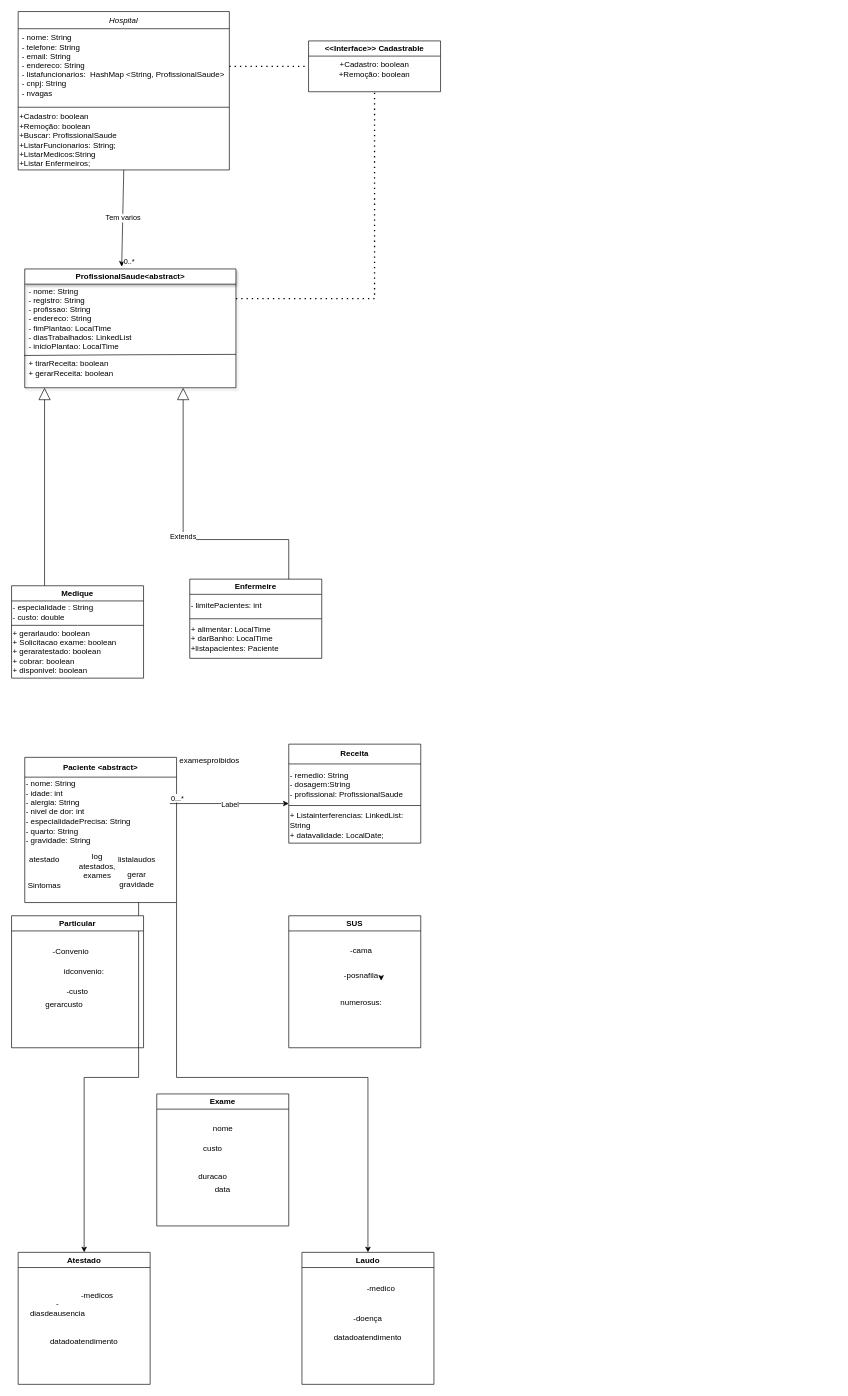
Patricio-Andre/Trabalho-Final-MC322 keeps this draw.io diagram as Diagrama sem nome.drawio. Above is the earlier version. Source tidied: cells renumbered, new cells numbered last; positions are measured from the earlier drawing's top-left corner, leaving out a move shared by most shapes. Both pictures are drawn from the tidied source at 66%, with x=0, y=0 at pixel (11, 11).
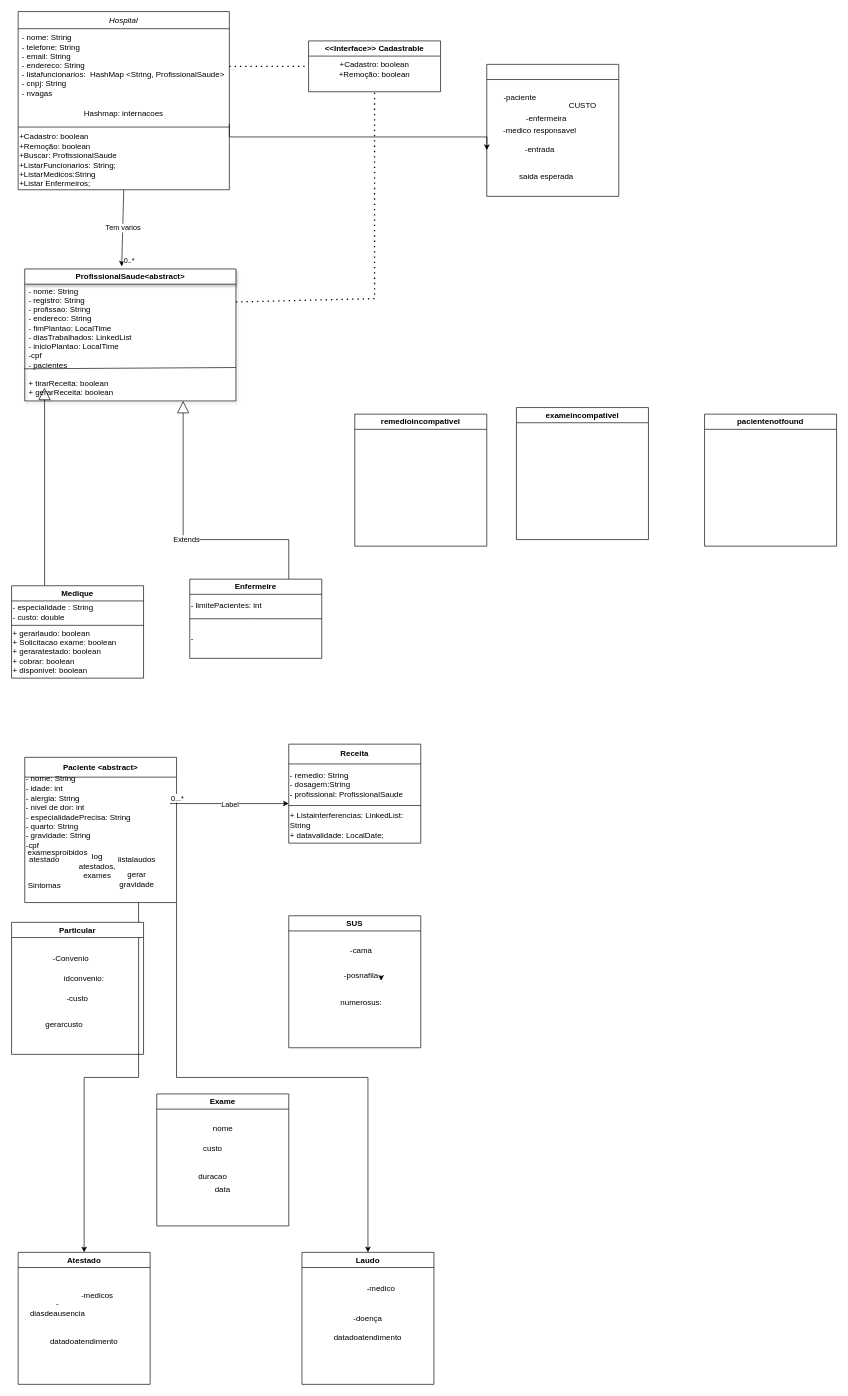
After the change.

Unchanged cells that the change refers to:
```xml
<mxCell id="22" value="Enfermeire" style="swimlane;whiteSpace=wrap;html=1;" parent="1" vertex="1">
  <mxGeometry x="270" y="860" width="200" height="120" as="geometry" />
</mxCell>
<mxCell id="29" value="Paciente &amp;lt;abstract&amp;gt;" style="swimlane;whiteSpace=wrap;html=1;startSize=30;" parent="1" vertex="1">
  <mxGeometry x="20" y="1130" width="230" height="220" as="geometry" />
</mxCell>
```

Diff of the diagram source:
```diff
@@
     <mxCell id="2" value="Hospital" style="swimlane;fontStyle=2;align=center;verticalAlign=top;horizontal=1;startSize=26;rounded=0;shadow=0;strokeWidth=1;" parent="1" vertex="1">
-      <mxGeometry x="10" width="320" height="240" as="geometry" />
+      <mxGeometry x="10" width="320" height="270" as="geometry" />
     </mxCell>
@@
+    <mxCell id="67" style="edgeStyle=orthogonalEdgeStyle;rounded=0;jettySize=auto;html=1;exitX=1;exitY=1;exitDx=0;exitDy=0;" parent="2" edge="1" source="68">
+      <mxGeometry relative="1" as="geometry">
+        <mxPoint x="710" y="210" as="targetPoint" />
+      </mxGeometry>
+    </mxCell>
+    <mxCell id="68" value="Hashmap: internacoes" style="text;html=1;strokeColor=none;fillColor=none;align=center;verticalAlign=middle;whiteSpace=wrap;rounded=0;" parent="2" vertex="1">
+      <mxGeometry y="140" width="320" height="30" as="geometry" />
+    </mxCell>
     <mxCell id="4" style="line;html=1;strokeWidth=1;align=left;verticalAlign=middle;spacingTop=-1;spacingLeft=3;spacingRight=3;labelPosition=right;" parent="2" vertex="1">
-      <mxGeometry y="140" width="320" height="10" as="geometry" />
+      <mxGeometry y="170" width="320" height="10" as="geometry" />
     </mxCell>
     <mxCell id="5" value="+Cadastro: boolean&lt;br&gt;+Remoção: boolean&lt;br&gt;+Buscar: ProfissionalSaude&lt;br&gt;+ListarFuncionarios: String;&lt;br&gt;+ListarMedicos:String&lt;br&gt;+Listar Enfermeiros;" style="text;html=1;strokeColor=none;fillColor=none;align=left;verticalAlign=middle;whiteSpace=wrap;rounded=0;" parent="2" vertex="1">
-      <mxGeometry y="150" width="320" height="90" as="geometry" />
+      <mxGeometry y="180" width="320" height="90" as="geometry" />
     </mxCell>
@@
     <mxCell id="9" value="ProfissionalSaude&amp;lt;abstract&amp;gt;" style="swimlane;whiteSpace=wrap;html=1;shadow=1;" parent="1" vertex="1">
-      <mxGeometry x="20" y="390" width="320" height="180" as="geometry" />
+      <mxGeometry x="20" y="390" width="320" height="200" as="geometry" />
     </mxCell>
-    <mxCell id="10" value="- nome: String&#10;- registro: String&#10;- profissao: String&#10;- endereco: String&#10;- fimPlantao: LocalTime&#10;- diasTrabalhados: LinkedList&#10;- inicioPlantao: LocalTime" style="text;align=left;verticalAlign=top;spacingLeft=4;spacingRight=4;overflow=hidden;points=[[0,0.5],[1,0.5]];portConstraint=eastwest;" parent="9" vertex="1">
-      <mxGeometry y="20" width="320" height="110" as="geometry" />
+    <mxCell id="10" value="- nome: String&#10;- registro: String&#10;- profissao: String&#10;- endereco: String&#10;- fimPlantao: LocalTime&#10;- diasTrabalhados: LinkedList&#10;- inicioPlantao: LocalTime&#10;-cpf&#10;- pacientes&#10;&#10;&#10;" style="text;align=left;verticalAlign=top;spacingLeft=4;spacingRight=4;overflow=hidden;points=[[0,0.5],[1,0.5]];portConstraint=eastwest;" parent="9" vertex="1">
+      <mxGeometry y="20" width="320" height="130" as="geometry" />
     </mxCell>
     <mxCell id="11" style="edgeStyle=none;orthogonalLoop=1;jettySize=auto;html=1;rounded=0;exitX=-0.002;exitY=1.01;exitDx=0;exitDy=0;endArrow=none;endFill=0;exitPerimeter=0;entryX=1;entryY=0.995;entryDx=0;entryDy=0;entryPerimeter=0;" parent="9" edge="1" source="10" target="10">
-      <mxGeometry relative="1" as="geometry">
-        <Array as="points">
-          <mxPoint x="160" y="130" />
-        </Array>
-      </mxGeometry>
+      <mxGeometry relative="1" as="geometry" />
     </mxCell>
     <mxCell id="12" value="+ tirarReceita: boolean&#10;+ gerarReceita: boolean" style="text;align=left;verticalAlign=top;spacingLeft=4;spacingRight=4;overflow=hidden;" parent="9" vertex="1">
-      <mxGeometry y="130" width="320" height="40" as="geometry" />
+      <mxGeometry y="160" width="320" height="30" as="geometry" />
     </mxCell>
@@
-    <mxCell id="24" value="+ alimentar: LocalTime&lt;br&gt;+ darBanho: LocalTime&lt;br&gt;+listapacientes: Paciente" style="text;html=1;strokeColor=none;fillColor=none;align=left;verticalAlign=middle;whiteSpace=wrap;rounded=0;" parent="22" vertex="1">
+    <mxCell id="24" value="-" style="text;html=1;strokeColor=none;fillColor=none;align=left;verticalAlign=middle;whiteSpace=wrap;rounded=0;" parent="22" vertex="1">
       <mxGeometry y="60" width="200" height="60" as="geometry" />
     </mxCell>
@@
-    <mxCell id="30" value="- nome: String&lt;br&gt;- idade: int&lt;br&gt;- alergia: String&amp;nbsp;&lt;br&gt;- nivel de dor: int&lt;br&gt;- especialidadePrecisa: String&lt;br&gt;- quarto: String&lt;br&gt;- gravidade: String" style="text;html=1;strokeColor=none;fillColor=none;align=left;verticalAlign=middle;whiteSpace=wrap;rounded=0;" parent="29" vertex="1">
+    <mxCell id="30" value="- nome: String&lt;br&gt;- idade: int&lt;br&gt;- alergia: String&amp;nbsp;&lt;br&gt;- nivel de dor: int&lt;br&gt;- especialidadePrecisa: String&lt;br&gt;- quarto: String&lt;br&gt;&lt;div&gt;- gravidade: String&lt;/div&gt;&lt;div&gt;-cpf&lt;br&gt;&lt;/div&gt;" style="text;html=1;strokeColor=none;fillColor=none;align=left;verticalAlign=middle;whiteSpace=wrap;rounded=0;" parent="29" vertex="1">
       <mxGeometry y="33" width="230" height="100" as="geometry" />
     </mxCell>
@@
+    <mxCell id="66" value="examesproibidos" style="text;html=1;strokeColor=none;fillColor=none;align=center;verticalAlign=middle;whiteSpace=wrap;rounded=0;" parent="29" vertex="1">
+      <mxGeometry x="20" y="130" width="60" height="30" as="geometry" />
+    </mxCell>
     <mxCell id="36" value="Particular" style="swimlane;whiteSpace=wrap;html=1;startSize=23;" parent="1" vertex="1">
-      <mxGeometry y="1370" width="200" height="200" as="geometry" />
+      <mxGeometry y="1380" width="200" height="200" as="geometry" />
     </mxCell>
@@
     <mxCell id="38" value="gerarcusto" style="text;html=1;strokeColor=none;fillColor=none;align=center;verticalAlign=middle;whiteSpace=wrap;rounded=0;" parent="36" vertex="1">
-      <mxGeometry x="50" y="120" width="60" height="30" as="geometry" />
+      <mxGeometry x="50" y="140" width="60" height="30" as="geometry" />
     </mxCell>
@@
-    <mxCell id="66" value="examesproibidos" style="text;html=1;strokeColor=none;fillColor=none;align=center;verticalAlign=middle;whiteSpace=wrap;rounded=0;" parent="1" vertex="1">
-      <mxGeometry x="270" y="1120" width="60" height="30" as="geometry" />
-    </mxCell>
+    <mxCell id="69" style="swimlane;whiteSpace=wrap;html=1;startSize=23;" parent="1" vertex="1">
+      <mxGeometry x="720" y="80" width="200" height="200" as="geometry" />
+    </mxCell>
+    <mxCell id="70" value="&lt;div&gt;CUSTO&lt;/div&gt;" style="text;html=1;align=center;verticalAlign=middle;strokeColor=none;fillColor=none;" parent="69" vertex="1">
+      <mxGeometry x="115" y="47" width="60" height="30" as="geometry" />
+    </mxCell>
+    <mxCell id="71" value="-paciente" style="text;html=1;align=center;verticalAlign=middle;strokeColor=none;fillColor=none;" parent="1" vertex="1">
+      <mxGeometry x="735" y="115" width="70" height="30" as="geometry" />
+    </mxCell>
+    <mxCell id="72" value="-medico responsavel" style="text;html=1;align=center;verticalAlign=middle;strokeColor=none;fillColor=none;" parent="1" vertex="1">
+      <mxGeometry x="735" y="165" width="130" height="30" as="geometry" />
+    </mxCell>
+    <mxCell id="73" value="-entrada" style="text;html=1;align=center;verticalAlign=middle;strokeColor=none;fillColor=none;" parent="1" vertex="1">
+      <mxGeometry x="765" y="195" width="70" height="30" as="geometry" />
+    </mxCell>
+    <mxCell id="74" value="saida esperada" style="text;html=1;align=center;verticalAlign=middle;strokeColor=none;fillColor=none;" parent="1" vertex="1">
+      <mxGeometry x="755" y="235" width="110" height="30" as="geometry" />
+    </mxCell>
+    <mxCell id="75" value="remedioincompativel" style="swimlane;whiteSpace=wrap;html=1;" parent="1" vertex="1">
+      <mxGeometry x="520" y="610" width="200" height="200" as="geometry" />
+    </mxCell>
+    <mxCell id="76" value="exameincompativel" style="swimlane;whiteSpace=wrap;html=1;" parent="1" vertex="1">
+      <mxGeometry x="765" y="600" width="200" height="200" as="geometry" />
+    </mxCell>
+    <mxCell id="77" value="&lt;div&gt;pacientenotfound&lt;/div&gt;" style="swimlane;whiteSpace=wrap;html=1;" parent="1" vertex="1">
+      <mxGeometry x="1050" y="610" width="200" height="200" as="geometry" />
+    </mxCell>
+    <mxCell id="78" value="&lt;div&gt;-enfermeira&lt;/div&gt;" style="text;html=1;align=center;verticalAlign=middle;strokeColor=none;fillColor=none;" parent="1" vertex="1">
+      <mxGeometry x="770" y="148" width="80" height="30" as="geometry" />
+    </mxCell>
```
